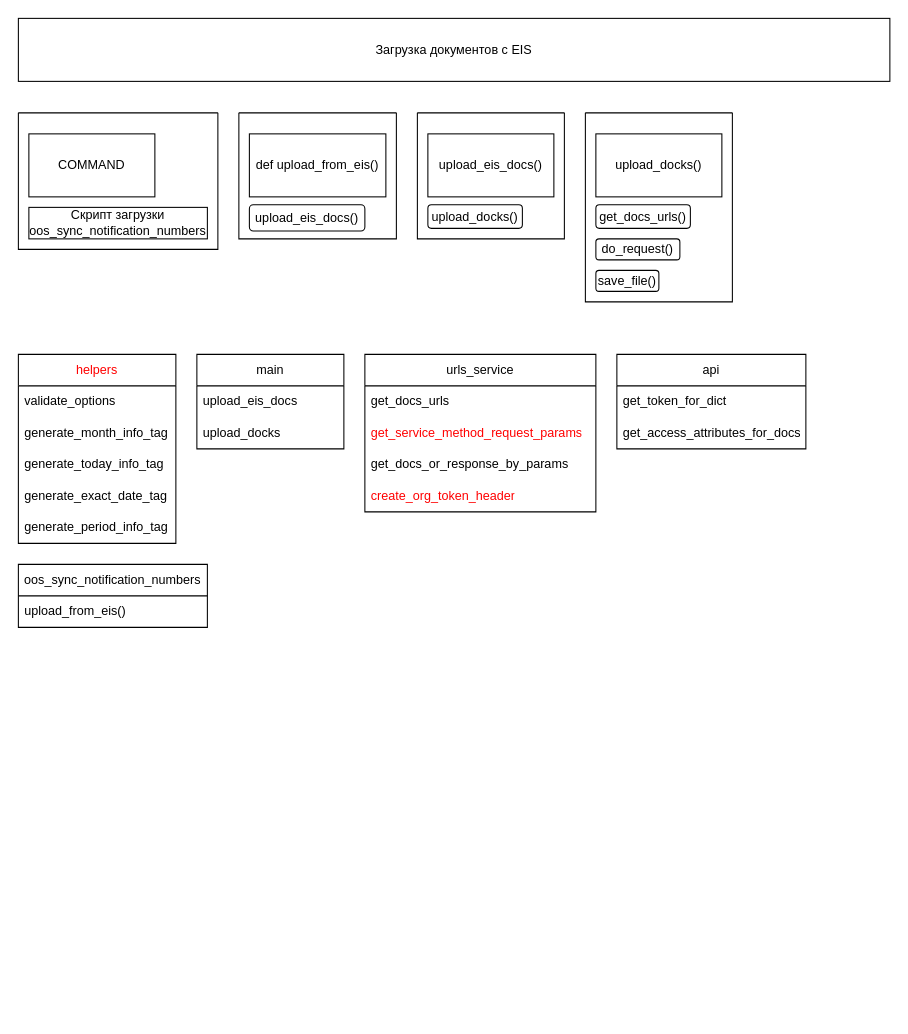
The draw.io diagram EIS_upload_plan.drawio in YaroslavMestkovsky/EIS_upload, before the edit. Source tidied: cells renumbered, new cells numbered last; positions are measured from the earlier drawing's top-left corner, leaving out a move shared by most shapes. Both pictures are drawn from the tidied source at 105%, with x=0, y=0 at pixel (18, 18).
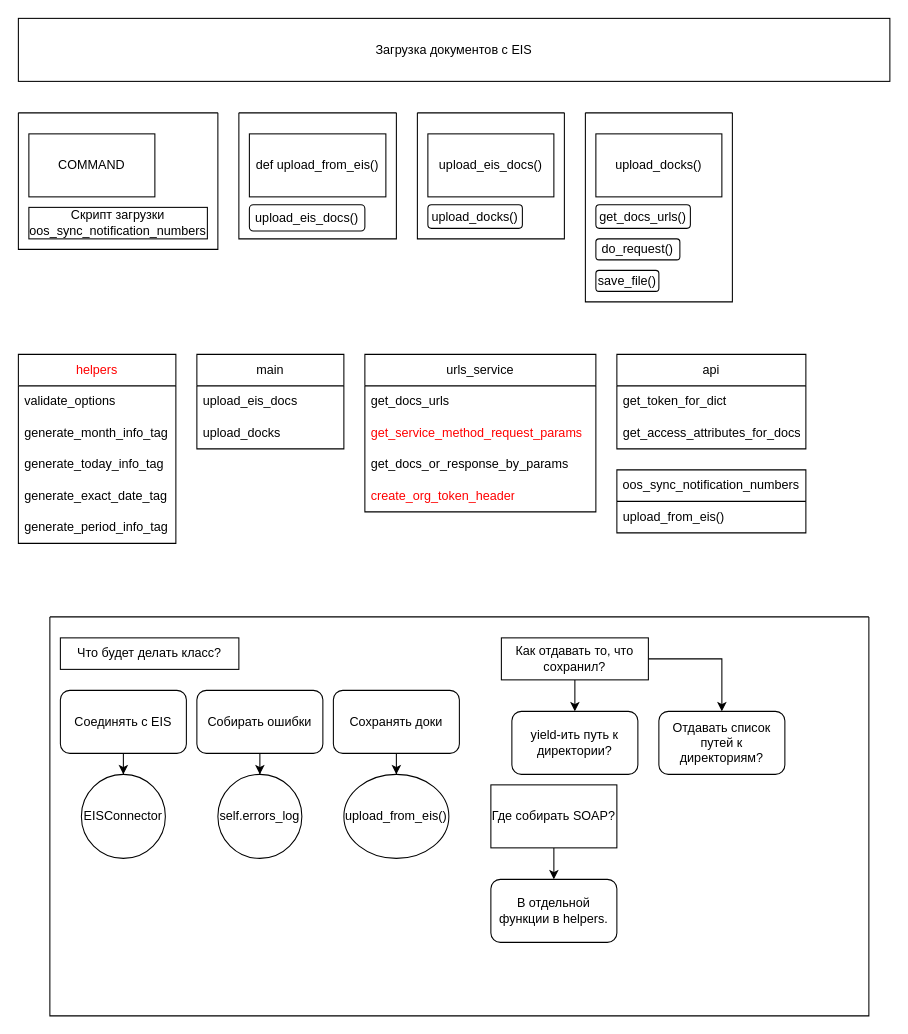
After the change.

Change to the diagram source:
```diff
@@
     <mxCell id="34" value="oos_sync_notification_numbers" style="swimlane;fontStyle=0;horizontal=1;startSize=30;whiteSpace=wrap;html=1;" parent="1" vertex="1">
-      <mxGeometry y="520" width="180" height="60" as="geometry" />
+      <mxGeometry x="570" y="430" width="180" height="60" as="geometry" />
     </mxCell>
@@
+    <mxCell id="36" style="swimlane;startSize=0;" parent="1" vertex="1">
+      <mxGeometry x="30" y="570" width="780" height="380" as="geometry" />
+    </mxCell>
+    <mxCell id="37" style="edgeStyle=orthogonalEdgeStyle;rounded=0;jettySize=auto;html=1;entryX=0.5;entryY=0;entryDx=0;entryDy=0;" parent="36" edge="1" source="38" target="39">
+      <mxGeometry relative="1" as="geometry" />
+    </mxCell>
+    <mxCell id="38" value="Соединять с EIS" style="rounded=1;whiteSpace=wrap;html=1;" parent="36" vertex="1">
+      <mxGeometry x="10" y="70" width="120" height="60" as="geometry" />
+    </mxCell>
+    <mxCell id="39" value="EISConnector" style="ellipse;whiteSpace=wrap;html=1;" parent="36" vertex="1">
+      <mxGeometry x="30" y="150" width="80" height="80" as="geometry" />
+    </mxCell>
+    <mxCell id="40" value="self.errors_log" style="ellipse;whiteSpace=wrap;html=1;" parent="36" vertex="1">
+      <mxGeometry x="160" y="150" width="80" height="80" as="geometry" />
+    </mxCell>
+    <mxCell id="41" style="edgeStyle=orthogonalEdgeStyle;rounded=0;jettySize=auto;html=1;" parent="36" edge="1" source="42" target="43">
+      <mxGeometry relative="1" as="geometry" />
+    </mxCell>
+    <mxCell id="42" value="Сохранять доки" style="rounded=1;whiteSpace=wrap;html=1;" parent="36" vertex="1">
+      <mxGeometry x="270" y="70" width="120" height="60" as="geometry" />
+    </mxCell>
+    <mxCell id="43" value="upload_from_eis()" style="ellipse;whiteSpace=wrap;html=1;rounded=1;" parent="36" vertex="1">
+      <mxGeometry x="280" y="150" width="100" height="80" as="geometry" />
+    </mxCell>
+    <mxCell id="44" style="edgeStyle=orthogonalEdgeStyle;rounded=0;jettySize=auto;html=1;" parent="36" edge="1" source="46" target="47">
+      <mxGeometry relative="1" as="geometry" />
+    </mxCell>
+    <mxCell id="45" style="edgeStyle=orthogonalEdgeStyle;rounded=0;jettySize=auto;html=1;" parent="36" edge="1" source="46" target="48">
+      <mxGeometry relative="1" as="geometry" />
+    </mxCell>
+    <mxCell id="46" value="Как отдавать то, что сохранил?" style="whiteSpace=wrap;html=1;" parent="36" vertex="1">
+      <mxGeometry x="430" y="20" width="140" height="40" as="geometry" />
+    </mxCell>
+    <mxCell id="47" value="yield-ить путь к директории?" style="rounded=1;whiteSpace=wrap;html=1;" parent="36" vertex="1">
+      <mxGeometry x="440" y="90" width="120" height="60" as="geometry" />
+    </mxCell>
+    <mxCell id="48" value="Отдавать список путей к директориям?" style="rounded=1;whiteSpace=wrap;html=1;" parent="36" vertex="1">
+      <mxGeometry x="580" y="90" width="120" height="60" as="geometry" />
+    </mxCell>
+    <mxCell id="49" style="edgeStyle=orthogonalEdgeStyle;rounded=0;jettySize=auto;html=1;entryX=0.5;entryY=0;entryDx=0;entryDy=0;" parent="36" edge="1" source="50" target="51">
+      <mxGeometry relative="1" as="geometry" />
+    </mxCell>
+    <mxCell id="50" value="Где собирать SOAP?" style="whiteSpace=wrap;html=1;" parent="36" vertex="1">
+      <mxGeometry x="420" y="160" width="120" height="60" as="geometry" />
+    </mxCell>
+    <mxCell id="51" value="В отдельной функции в helpers." style="rounded=1;whiteSpace=wrap;html=1;" parent="36" vertex="1">
+      <mxGeometry x="420" y="250" width="120" height="60" as="geometry" />
+    </mxCell>
+    <mxCell id="52" value="Что будет делать класс?" style="whiteSpace=wrap;html=1;" parent="1" vertex="1">
+      <mxGeometry x="40" y="590" width="170" height="30" as="geometry" />
+    </mxCell>
+    <mxCell id="53" style="edgeStyle=orthogonalEdgeStyle;rounded=0;jettySize=auto;html=1;entryX=0.5;entryY=0;entryDx=0;entryDy=0;" parent="1" edge="1" source="54" target="40">
+      <mxGeometry relative="1" as="geometry" />
+    </mxCell>
+    <mxCell id="54" value="Собирать ошибки" style="rounded=1;whiteSpace=wrap;html=1;" parent="1" vertex="1">
+      <mxGeometry x="170" y="640" width="120" height="60" as="geometry" />
+    </mxCell>
```
